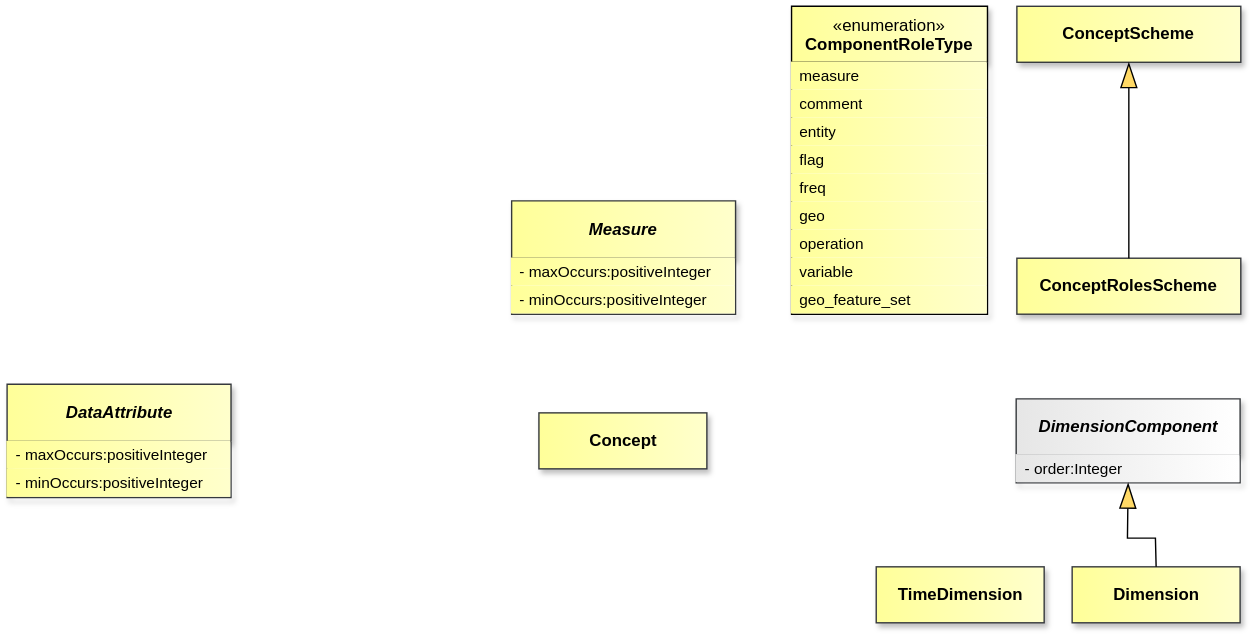
Above: docs/technical_notes/media/sdmx_datastructure-datastructure_component_roles.svg in sdmx-twg/sdmx-im (draw.io), before the change. Source tidied: cells renumbered, new cells last; positions are measured from the earlier drawing's top-left corner, leaving out a move shared by most shapes.
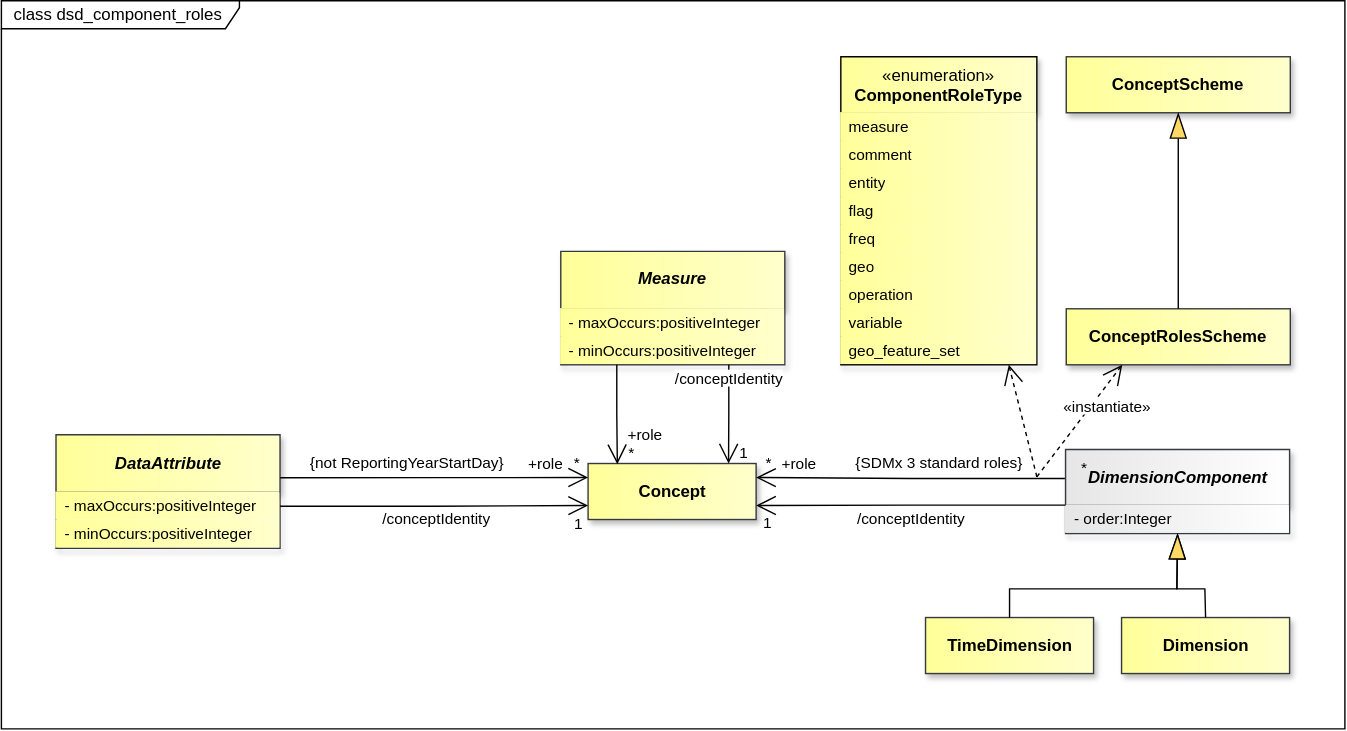
The same diagram one commit later.

Diff of the diagram source:
```diff
@@ -2,6 +2,9 @@
   <root>
     <mxCell id="0" />
     <mxCell id="1" parent="0" />
+    <mxCell id="48" value="&amp;nbsp; class dsd_component_roles" style="shape=umlFrame;whiteSpace=wrap;html=1;fillColor=light-dark(#FFFFFF,#121212);swimlaneFillColor=light-dark(#FFFFFF,#121212);width=170;height=20;align=left;" parent="1" vertex="1">
+      <mxGeometry x="-39.5" y="-40" width="959.5" height="520" as="geometry" />
+    </mxCell>
     <mxCell id="2" value="/grouping" style="endArrow=none;" parent="1" edge="1">
       <mxGeometry relative="1" as="geometry" />
     </mxCell>
@@ -145,5 +148,92 @@
         </Array>
       </mxGeometry>
     </mxCell>
+    <mxCell id="49" style="endArrow=blockThin;endSize=16;endFill=1;html=1;rounded=0;startFill=0;endFillColor=light-dark(#FFD966,#FFD966);strokeColor=light-dark(#000000,#FFFFFF);startFillColor=light-dark(#000000,#FFFFFF);labelBackgroundColor=none;labelBorderColor=light-dark(#000000,#FFFFFF);exitX=0.5;exitY=0;exitDx=0;exitDy=0;entryX=0.5;entryY=1;entryDx=0;entryDy=0;" parent="1" edge="1" source="32" target="33">
+      <mxGeometry x="-0.4" relative="1" as="geometry">
+        <Array as="points">
+          <mxPoint x="680.5" y="380" />
+          <mxPoint x="800" y="380" />
+        </Array>
+      </mxGeometry>
+    </mxCell>
+    <mxCell id="50" value="&lt;div&gt;&lt;span style=&quot;background-color: light-dark(#ffffff, var(--ge-dark-color, #121212));&quot;&gt;«instantiate»&lt;/span&gt;&lt;/div&gt;" style="endArrow=open;html=1;endSize=12;startArrow=none;startSize=20;startFill=0;rounded=0;endFill=0;strokeColor=light-dark(#000000,#FFFFFF);fontColor=light-dark(#000000,#FFFFFF);labelBackgroundColor=none;entryX=0.25;entryY=1;entryDx=0;entryDy=0;dashed=1;" parent="1" edge="1" target="35">
+      <mxGeometry x="0.39" y="-9" relative="1" as="geometry">
+        <mxPoint x="700" y="300" as="sourcePoint" />
+      </mxGeometry>
+    </mxCell>
+    <mxCell id="51" value="&lt;span style=&quot;background-color: light-dark(#ffffff, var(--ge-dark-color, #121212));&quot;&gt;{not ReportingYearStartDay}&lt;/span&gt;" style="endArrow=open;html=1;endSize=12;startArrow=none;startSize=20;startFill=0;edgeStyle=orthogonalEdgeStyle;rounded=0;endFill=0;strokeColor=light-dark(#000000,#FFFFFF);fontColor=light-dark(#000000,#FFFFFF);labelBackgroundColor=none;exitX=1;exitY=0.378;exitDx=0;exitDy=0;entryX=0;entryY=0.25;entryDx=0;entryDy=0;exitPerimeter=0;" parent="1" edge="1" source="23" target="29">
+      <mxGeometry x="-0.18" y="11" relative="1" as="geometry" />
+    </mxCell>
+    <mxCell id="52" value="*" style="edgeLabel;html=1;align=right;verticalAlign=top;labelBackgroundColor=none;fontColor=light-dark(#000000,#FFFFFF);" parent="51" vertex="1">
+      <mxGeometry x="1" relative="1" as="geometry">
+        <mxPoint x="-5" y="-24" as="offset" />
+      </mxGeometry>
+    </mxCell>
+    <mxCell id="53" value="+role" style="edgeLabel;html=1;align=center;verticalAlign=middle;defaultLabelBackgroundColor=gap;" parent="51" vertex="1">
+      <mxGeometry x="0.65" relative="1" as="geometry">
+        <mxPoint x="7" y="-10" as="offset" />
+      </mxGeometry>
+    </mxCell>
+    <mxCell id="54" value="&lt;span style=&quot;background-color: light-dark(#ffffff, var(--ge-dark-color, #121212));&quot;&gt;/conceptIdentity&lt;/span&gt;" style="endArrow=open;html=1;endSize=12;startArrow=none;startSize=20;startFill=0;edgeStyle=orthogonalEdgeStyle;rounded=0;endFill=0;strokeColor=light-dark(#000000,#FFFFFF);fontColor=light-dark(#000000,#FFFFFF);labelBackgroundColor=none;exitX=1;exitY=0.5;exitDx=0;exitDy=0;entryX=0;entryY=0.75;entryDx=0;entryDy=0;" parent="1" edge="1" source="24" target="29">
+      <mxGeometry y="-9" relative="1" as="geometry">
+        <mxPoint x="-8" y="9" as="offset" />
+      </mxGeometry>
+    </mxCell>
+    <mxCell id="55" value="1" style="edgeLabel;html=1;align=right;verticalAlign=top;labelBackgroundColor=none;fontColor=light-dark(#000000,#FFFFFF);" parent="54" vertex="1">
+      <mxGeometry x="1" relative="1" as="geometry">
+        <mxPoint x="-4" as="offset" />
+      </mxGeometry>
+    </mxCell>
+    <mxCell id="56" value="&lt;span style=&quot;background-color: light-dark(#ffffff, var(--ge-dark-color, #121212));&quot;&gt;+role&lt;/span&gt;" style="endArrow=open;html=1;endSize=12;startArrow=none;startSize=20;startFill=0;edgeStyle=orthogonalEdgeStyle;rounded=0;endFill=0;strokeColor=light-dark(#000000,#FFFFFF);fontColor=light-dark(#000000,#FFFFFF);labelBackgroundColor=none;exitX=0.25;exitY=1;exitDx=0;exitDy=0;entryX=0.174;entryY=0.013;entryDx=0;entryDy=0;exitPerimeter=0;entryPerimeter=0;" parent="1" edge="1" source="28" target="29">
+      <mxGeometry x="0.41" y="20" relative="1" as="geometry" />
+    </mxCell>
+    <mxCell id="57" value="*" style="edgeLabel;html=1;align=right;verticalAlign=top;labelBackgroundColor=none;fontColor=light-dark(#000000,#FFFFFF);" parent="56" vertex="1">
+      <mxGeometry x="-0.44" relative="1" as="geometry">
+        <mxPoint x="13" y="30" as="offset" />
+      </mxGeometry>
+    </mxCell>
+    <mxCell id="58" value="&lt;span style=&quot;background-color: light-dark(#ffffff, var(--ge-dark-color, #121212));&quot;&gt;/conceptIdentity&lt;/span&gt;" style="endArrow=open;html=1;endSize=12;startArrow=none;startSize=20;startFill=0;edgeStyle=orthogonalEdgeStyle;rounded=0;endFill=0;strokeColor=light-dark(#000000,#FFFFFF);fontColor=light-dark(#000000,#FFFFFF);labelBackgroundColor=none;exitX=0.75;exitY=1;exitDx=0;exitDy=0;entryX=0.836;entryY=0.001;entryDx=0;entryDy=0;entryPerimeter=0;exitPerimeter=0;" parent="1" edge="1" source="28" target="29">
+      <mxGeometry x="-0.72" relative="1" as="geometry" />
+    </mxCell>
+    <mxCell id="59" value="1" style="edgeLabel;html=1;align=right;verticalAlign=top;labelBackgroundColor=none;fontColor=light-dark(#000000,#FFFFFF);" parent="58" vertex="1">
+      <mxGeometry x="1" relative="1" as="geometry">
+        <mxPoint x="14" y="-21" as="offset" />
+      </mxGeometry>
+    </mxCell>
+    <mxCell id="60" value="&lt;span style=&quot;background-color: light-dark(#ffffff, var(--ge-dark-color, #121212));&quot;&gt;{SDMx 3 standard roles}&lt;/span&gt;" style="endArrow=open;html=1;endSize=12;startArrow=none;startSize=20;startFill=0;edgeStyle=orthogonalEdgeStyle;rounded=0;endFill=0;strokeColor=light-dark(#000000,#FFFFFF);fontColor=light-dark(#000000,#FFFFFF);labelBackgroundColor=none;exitX=-0.003;exitY=0.345;exitDx=0;exitDy=0;entryX=1;entryY=0.25;entryDx=0;entryDy=0;exitPerimeter=0;" parent="1" edge="1" source="33" target="29">
+      <mxGeometry x="-0.19" y="-11" relative="1" as="geometry" />
+    </mxCell>
+    <mxCell id="61" value="*" style="edgeLabel;html=1;align=left;verticalAlign=top;labelBackgroundColor=none;fontColor=light-dark(#000000,#FFFFFF);" parent="60" vertex="1">
+      <mxGeometry x="-1" relative="1" as="geometry">
+        <mxPoint x="10" y="-20" as="offset" />
+      </mxGeometry>
+    </mxCell>
+    <mxCell id="62" value="*" style="edgeLabel;html=1;align=right;verticalAlign=top;labelBackgroundColor=none;fontColor=light-dark(#000000,#FFFFFF);" parent="60" vertex="1">
+      <mxGeometry x="1" relative="1" as="geometry">
+        <mxPoint x="11" y="-24" as="offset" />
+      </mxGeometry>
+    </mxCell>
+    <mxCell id="63" value="+role" style="edgeLabel;html=1;align=center;verticalAlign=middle;defaultLabelBackgroundColor=gap;" parent="60" vertex="1">
+      <mxGeometry x="0.85" relative="1" as="geometry">
+        <mxPoint x="14" y="-10" as="offset" />
+      </mxGeometry>
+    </mxCell>
+    <mxCell id="64" value="&lt;span style=&quot;background-color: light-dark(#ffffff, var(--ge-dark-color, #121212));&quot;&gt;/conceptIdentity&lt;/span&gt;" style="endArrow=open;html=1;endSize=12;startArrow=none;startSize=20;startFill=0;edgeStyle=orthogonalEdgeStyle;rounded=0;endFill=0;strokeColor=light-dark(#000000,#FFFFFF);fontColor=light-dark(#000000,#FFFFFF);labelBackgroundColor=none;exitX=0;exitY=-0.014;exitDx=0;exitDy=0;entryX=1;entryY=0.75;entryDx=0;entryDy=0;exitPerimeter=0;" parent="1" edge="1" source="34" target="29">
+      <mxGeometry y="10" relative="1" as="geometry">
+        <Array as="points">
+          <mxPoint x="610" y="320.2" />
+        </Array>
+      </mxGeometry>
+    </mxCell>
+    <mxCell id="65" value="1" style="edgeLabel;html=1;align=right;verticalAlign=top;labelBackgroundColor=none;fontColor=light-dark(#000000,#FFFFFF);" parent="64" vertex="1">
+      <mxGeometry x="1" relative="1" as="geometry">
+        <mxPoint x="11" as="offset" />
+      </mxGeometry>
+    </mxCell>
+    <mxCell id="66" style="endArrow=open;html=1;endSize=12;startArrow=none;startSize=20;startFill=0;rounded=0;endFill=0;strokeColor=light-dark(#000000,#FFFFFF);fontColor=light-dark(#000000,#FFFFFF);labelBackgroundColor=none;entryX=0.857;entryY=1;entryDx=0;entryDy=0;dashed=1;entryPerimeter=0;" parent="1" edge="1" target="45">
+      <mxGeometry x="0.39" y="-9" relative="1" as="geometry">
+        <mxPoint x="700" y="300" as="sourcePoint" />
+      </mxGeometry>
+    </mxCell>
   </root>
 </mxGraphModel>
```
